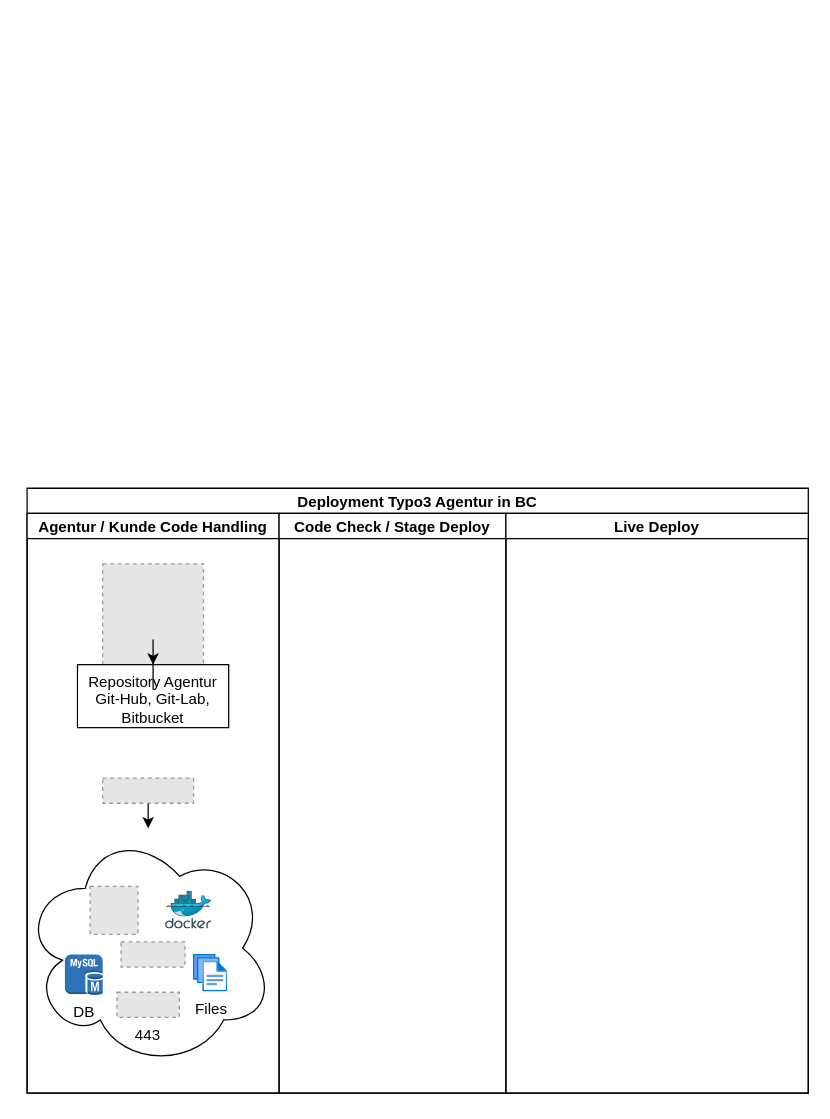
Earlier version of the draw.io diagram Typo3 Deploy 1.drawio (matjes63/diagram-charts). Source tidied: cells renumbered, new cells numbered last; positions are measured from the earlier drawing's top-left corner, leaving out a move shared by most shapes. Both pictures are drawn from the tidied source at 126%, with x=0, y=0 at pixel (21, 488). Pictures stored in the file or linked from it are replaced by grey dashed boxes.
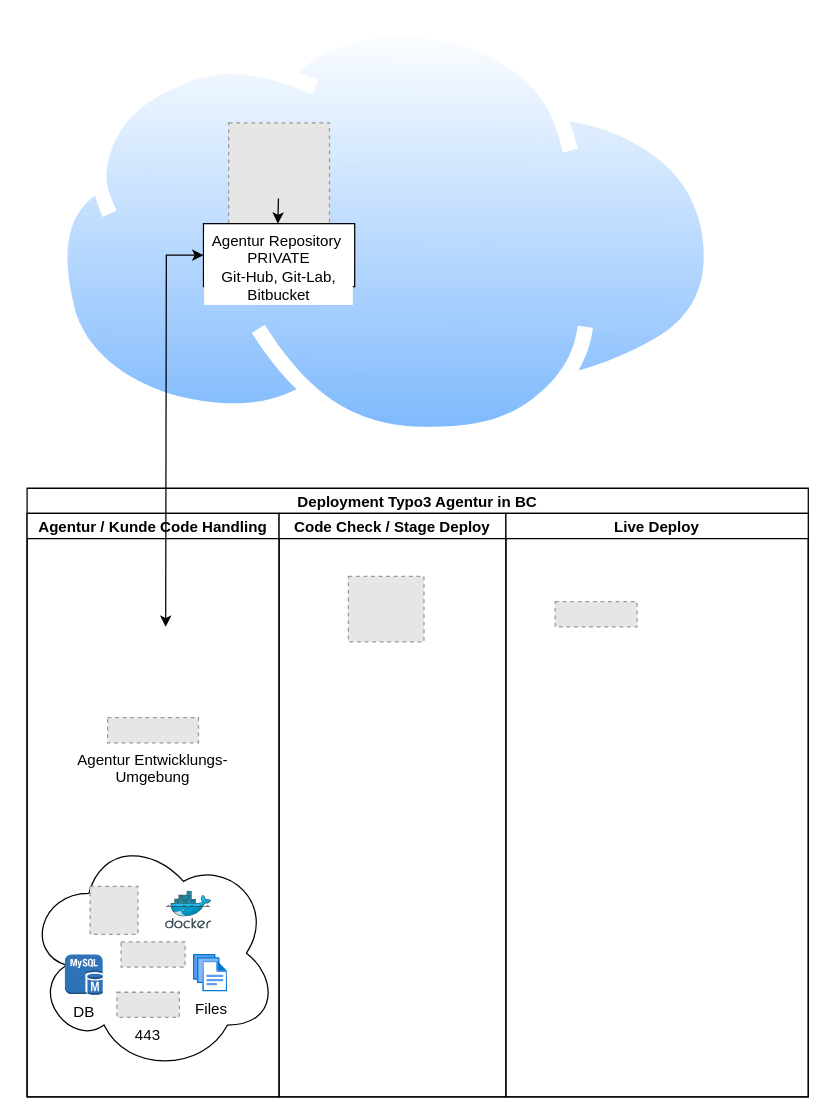
The same diagram, later.

The change refers to these unchanged cells:
```xml
<mxCell id="5" style="fillColor=#E6E6E6;strokeColor=#999999;dashed=1;html=1;verticalAlign=top;verticalLabelPosition=bottom;labelBackgroundColor=#ffffff;" parent="4" vertex="1">
  <mxGeometry x="20" width="80" height="80" as="geometry" />
</mxCell>
```

The edit, as a diff of the source:
```diff
@@
+    <mxCell id="19" style="perimeter=ellipsePerimeter;html=1;align=center;shadow=0;dashed=0;spacingTop=3;image;image=img/lib/active_directory/internet_cloud.svg;" parent="1" vertex="1">
+      <mxGeometry x="24" y="-370" width="530" height="333.9" as="geometry" />
+    </mxCell>
     <mxCell id="2" value="Deployment Typo3 Agentur in BC" style="swimlane;startSize=20;" parent="1" vertex="1">
-      <mxGeometry x="4" width="620" height="480" as="geometry" />
+      <mxGeometry x="4" width="620" height="483" as="geometry" />
     </mxCell>
     <mxCell id="3" value="Agentur / Kunde Code Handling" style="swimlane;startSize=20;" parent="2" vertex="1">
-      <mxGeometry y="20" width="200" height="460" as="geometry" />
+      <mxGeometry y="20" width="200" height="463" as="geometry" />
     </mxCell>
     <mxCell id="4" style="group;" parent="3" vertex="1">
-      <mxGeometry x="40" y="40" width="120" height="130" as="geometry" />
+      <mxGeometry x="140" y="-310" width="120" height="140" as="geometry" />
     </mxCell>
@@
-    <mxCell id="6" value="Repository Agentur&lt;br&gt;Git-Hub, Git-Lab, Bitbucket" style="whiteSpace=wrap;html=1;verticalAlign=top;labelBackgroundColor=#ffffff;" parent="4" vertex="1">
+    <mxCell id="6" value="Agentur Repository&amp;nbsp;&lt;br&gt;PRIVATE&lt;br&gt;Git-Hub, Git-Lab, Bitbucket" style="whiteSpace=wrap;html=1;verticalAlign=top;labelBackgroundColor=#ffffff;" parent="4" vertex="1">
       <mxGeometry y="80" width="120" height="50" as="geometry" />
     </mxCell>
-    <mxCell id="7" style="edgeStyle=orthogonalEdgeStyle;rounded=0;jettySize=auto;html=1;" parent="4" edge="1" source="5" target="6">
-      <mxGeometry relative="1" as="geometry" />
-    </mxCell>
-    <mxCell id="8" style="edgeStyle=orthogonalEdgeStyle;rounded=0;jettySize=auto;html=1;" parent="3" edge="1" source="9" target="10">
-      <mxGeometry relative="1" as="geometry" />
-    </mxCell>
+    <mxCell id="20" style="endArrow=classic;html=1;rounded=0;" parent="4" edge="1" target="5">
+      <mxGeometry relative="1" as="geometry">
+        <mxPoint x="59.5" y="60" as="sourcePoint" />
+      </mxGeometry>
+    </mxCell>
-    <mxCell id="9" style="fillColor=#E6E6E6;strokeColor=#999999;dashed=1;verticalLabelPosition=bottom;labelBackgroundColor=default;verticalAlign=top;" parent="3" vertex="1">
-      <mxGeometry x="60" y="210" width="72.1" height="20" as="geometry" />
+    <mxCell id="9" value="Agentur Entwicklungs-&#10;Umgebung" style="fillColor=#E6E6E6;strokeColor=#999999;dashed=1;verticalLabelPosition=bottom;labelBackgroundColor=default;verticalAlign=top;" parent="3" vertex="1">
+      <mxGeometry x="63.9" y="162" width="72.1" height="20" as="geometry" />
     </mxCell>
     <mxCell id="10" style="ellipse;shape=cloud;whiteSpace=wrap;html=1;verticalAlign=top;labelBackgroundColor=default;" parent="3" vertex="1">
-      <mxGeometry x="-3.9" y="250" width="200" height="190" as="geometry" />
+      <mxGeometry x="-0.9" y="254" width="200" height="190" as="geometry" />
     </mxCell>
@@
-    <mxCell id="17" value="Code Check / Stage Deploy" style="swimlane;startSize=20;" parent="2" vertex="1">
-      <mxGeometry x="200" y="20" width="180" height="460" as="geometry" />
+    <mxCell id="17" value="Code Check / Stage Deploy" style="swimlane;startSize=20;verticalAlign=middle;" parent="2" vertex="1">
+      <mxGeometry x="200" y="20" width="180" height="463" as="geometry" />
     </mxCell>
+    <mxCell id="21" style="fillColor=#E6E6E6;strokeColor=#999999;dashed=1;verticalLabelPosition=bottom;labelBackgroundColor=default;verticalAlign=middle;" parent="17" vertex="1">
+      <mxGeometry x="55" y="50" width="60" height="51.9" as="geometry" />
+    </mxCell>
-    <mxCell id="18" value="Live Deploy" style="swimlane;startSize=20;" parent="2" vertex="1">
-      <mxGeometry x="380" y="20" width="240" height="460" as="geometry" />
+    <mxCell id="18" value="Live Deploy" style="swimlane;startSize=20;flipH=0;flipV=0;" parent="2" vertex="1">
+      <mxGeometry x="380" y="20" width="240" height="463" as="geometry" />
     </mxCell>
+    <mxCell id="22" style="fillColor=#E6E6E6;strokeColor=#999999;dashed=1;verticalLabelPosition=bottom;labelBackgroundColor=default;verticalAlign=top;" parent="18" vertex="1">
+      <mxGeometry x="39.1" y="70" width="65" height="20" as="geometry" />
+    </mxCell>
+    <mxCell id="23" style="edgeStyle=orthogonalEdgeStyle;rounded=0;jettySize=auto;html=1;startArrow=classic;startFill=1;endArrow=classic;endFill=1;" parent="1" edge="1" source="6">
+      <mxGeometry relative="1" as="geometry">
+        <mxPoint x="114" y="110" as="targetPoint" />
+      </mxGeometry>
+    </mxCell>
```
